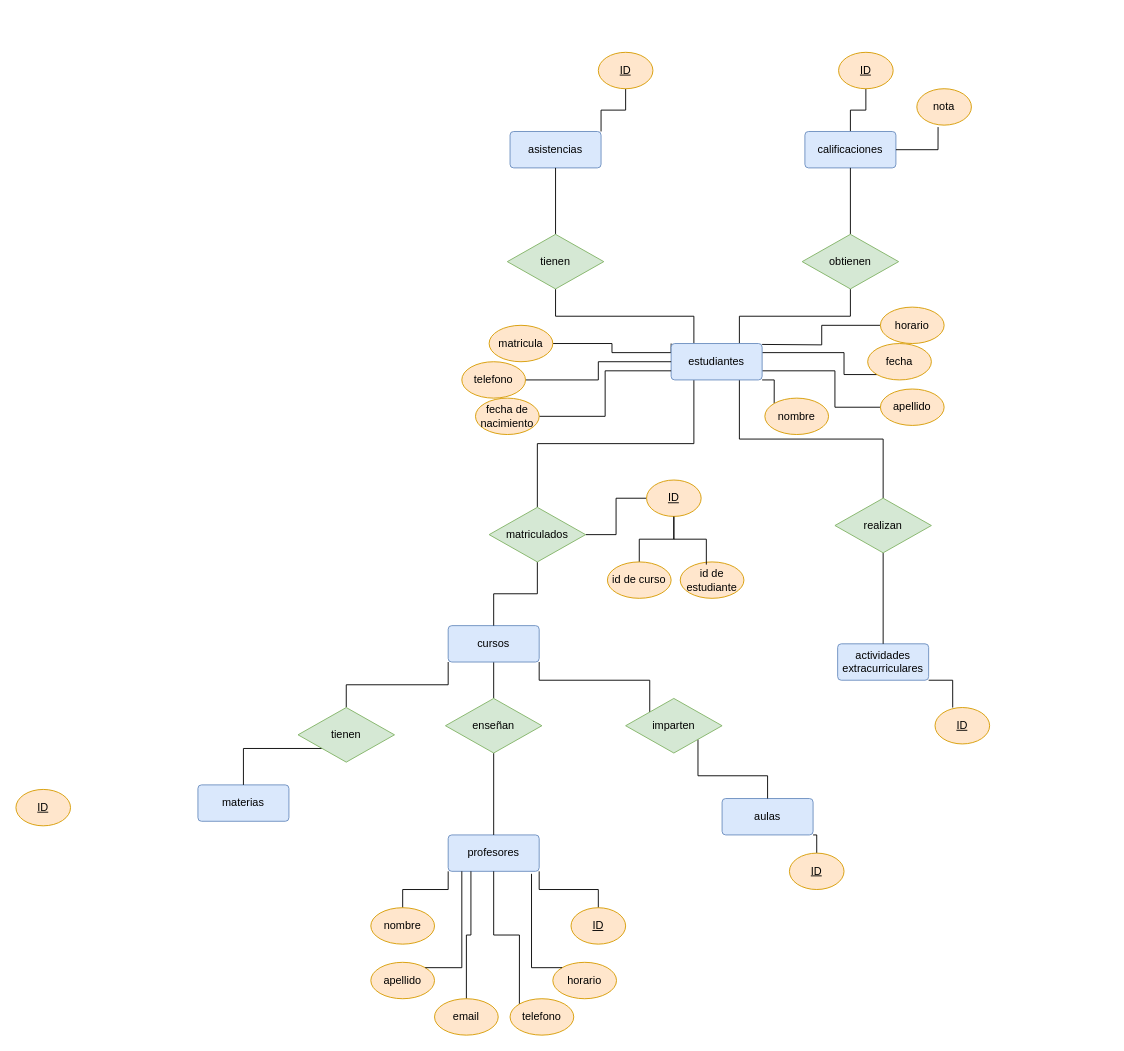
This is Unidad-1/Tareas./Diagrama sin título.drawio from mdiogc/base-datos, a draw.io file, before an edit. Source tidied: cells renumbered, new cells numbered last; positions are measured from the earlier drawing's top-left corner, leaving out a move shared by most shapes. Both pictures are drawn from the tidied source at 91%, with x=0, y=0 at pixel (15, 52).
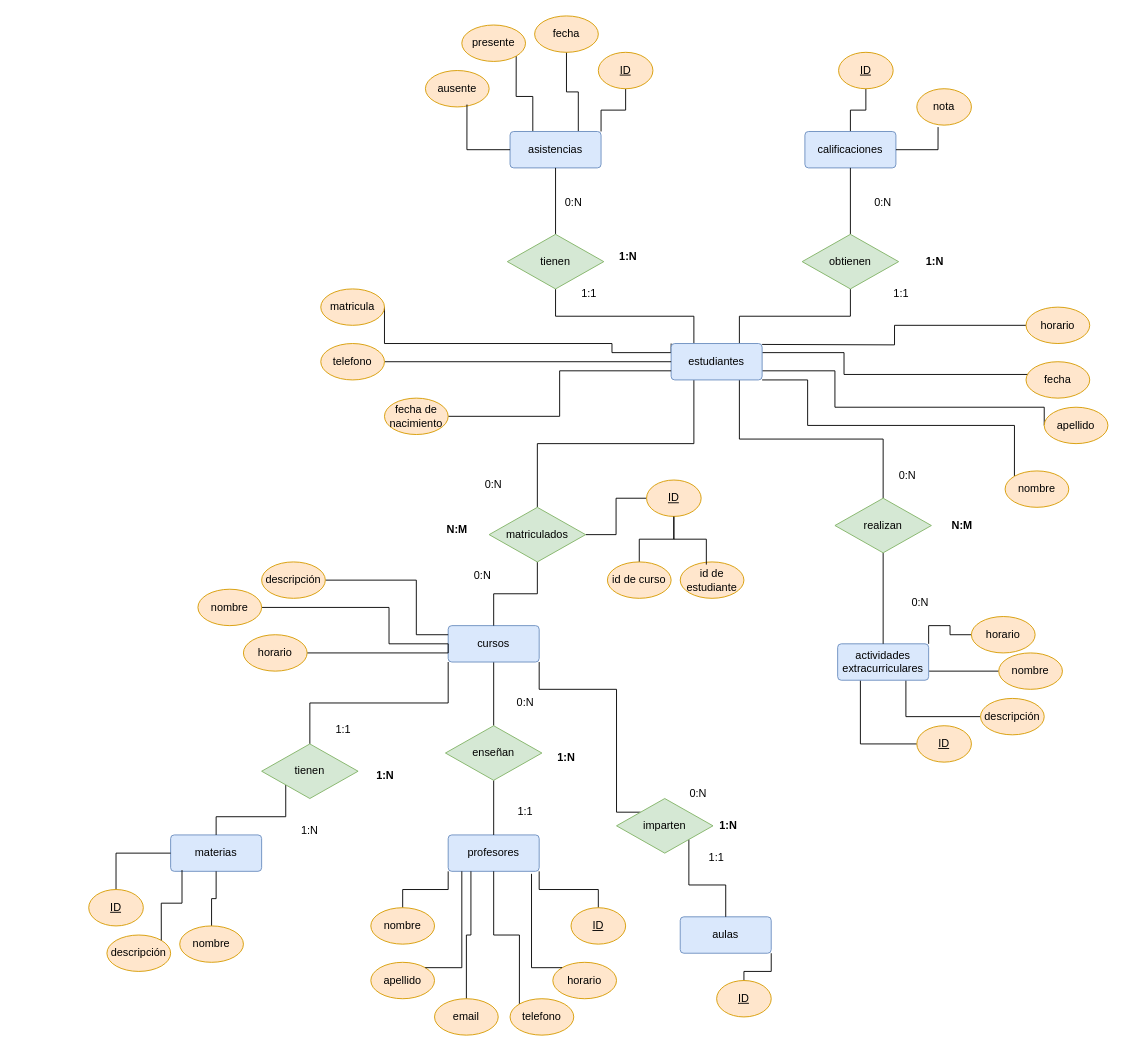
The same diagram, later.

The change refers to these unchanged cells:
```xml
<mxCell id="11" value="estudiantes" style="rounded=1;arcSize=10;whiteSpace=wrap;html=1;align=center;fillColor=#dae8fc;strokeColor=#6c8ebf;" parent="1" vertex="1">
  <mxGeometry x="720" y="320" width="100" height="40" as="geometry" />
</mxCell>
<mxCell id="15" value="cursos" style="rounded=1;arcSize=10;whiteSpace=wrap;html=1;align=center;fillColor=#dae8fc;strokeColor=#6c8ebf;" parent="1" vertex="1">
  <mxGeometry x="475" y="630" width="100" height="40" as="geometry" />
</mxCell>
<mxCell id="22" value="actividades extracurriculares" style="rounded=1;arcSize=10;whiteSpace=wrap;html=1;align=center;fillColor=#dae8fc;strokeColor=#6c8ebf;" parent="1" vertex="1">
  <mxGeometry x="903" y="650" width="100" height="40" as="geometry" />
</mxCell>
<mxCell id="24" value="asistencias" style="rounded=1;arcSize=10;whiteSpace=wrap;html=1;align=center;fillColor=#dae8fc;strokeColor=#6c8ebf;" parent="1" vertex="1">
  <mxGeometry x="543" y="87" width="100" height="40" as="geometry" />
</mxCell>
```

What changed in the source:
```diff
@@
     <mxCell id="10" style="edgeStyle=orthogonalEdgeStyle;rounded=0;jettySize=auto;html=1;exitX=1;exitY=1;exitDx=0;exitDy=0;entryX=0;entryY=0;entryDx=0;entryDy=0;endArrow=none;endFill=0;" parent="1" edge="1" source="11" target="55">
-      <mxGeometry relative="1" as="geometry" />
+      <mxGeometry relative="1" as="geometry">
+        <Array as="points">
+          <mxPoint x="870" y="360" />
+          <mxPoint x="870" y="410" />
+          <mxPoint x="1097" y="410" />
+        </Array>
+      </mxGeometry>
     </mxCell>
@@
     <mxCell id="12" style="edgeStyle=orthogonalEdgeStyle;rounded=0;jettySize=auto;html=1;exitX=1;exitY=1;exitDx=0;exitDy=0;entryX=0;entryY=0;entryDx=0;entryDy=0;endArrow=none;endFill=0;" parent="1" edge="1" source="15" target="37">
-      <mxGeometry relative="1" as="geometry" />
+      <mxGeometry relative="1" as="geometry">
+        <Array as="points">
+          <mxPoint x="575" y="700" />
+          <mxPoint x="660" y="700" />
+          <mxPoint x="660" y="835" />
+        </Array>
+      </mxGeometry>
     </mxCell>
@@
     <mxCell id="17" value="aulas" style="rounded=1;arcSize=10;whiteSpace=wrap;html=1;align=center;fillColor=#dae8fc;strokeColor=#6c8ebf;" parent="1" vertex="1">
-      <mxGeometry x="776" y="820" width="100" height="40" as="geometry" />
+      <mxGeometry x="730" y="950" width="100" height="40" as="geometry" />
     </mxCell>
@@
     <mxCell id="21" value="materias" style="rounded=1;arcSize=10;whiteSpace=wrap;html=1;align=center;fillColor=#dae8fc;strokeColor=#6c8ebf;" parent="1" vertex="1">
-      <mxGeometry x="200" y="805" width="100" height="40" as="geometry" />
+      <mxGeometry x="170" y="860" width="100" height="40" as="geometry" />
     </mxCell>
+    <mxCell id="53" style="edgeStyle=orthogonalEdgeStyle;rounded=0;jettySize=auto;html=1;exitX=0.25;exitY=1;exitDx=0;exitDy=0;entryX=0;entryY=0.5;entryDx=0;entryDy=0;endArrow=none;endFill=0;" parent="1" edge="1" source="22" target="49">
+      <mxGeometry relative="1" as="geometry" />
+    </mxCell>
+    <mxCell id="74" style="edgeStyle=orthogonalEdgeStyle;rounded=0;jettySize=auto;html=1;exitX=0.75;exitY=1;exitDx=0;exitDy=0;entryX=0;entryY=0.5;entryDx=0;entryDy=0;endArrow=none;endFill=0;" parent="1" edge="1" source="22" target="95">
+      <mxGeometry relative="1" as="geometry" />
+    </mxCell>
+    <mxCell id="75" style="edgeStyle=orthogonalEdgeStyle;rounded=0;jettySize=auto;html=1;exitX=1;exitY=0;exitDx=0;exitDy=0;entryX=0;entryY=0.5;entryDx=0;entryDy=0;endArrow=none;endFill=0;" parent="1" edge="1" source="22" target="96">
+      <mxGeometry relative="1" as="geometry" />
+    </mxCell>
+    <mxCell id="76" style="edgeStyle=orthogonalEdgeStyle;rounded=0;jettySize=auto;html=1;exitX=1;exitY=0.75;exitDx=0;exitDy=0;entryX=0;entryY=0.5;entryDx=0;entryDy=0;endArrow=none;endFill=0;" parent="1" edge="1" source="22" target="94">
+      <mxGeometry relative="1" as="geometry" />
+    </mxCell>
@@
+    <mxCell id="77" style="edgeStyle=orthogonalEdgeStyle;rounded=0;jettySize=auto;html=1;exitX=0.75;exitY=0;exitDx=0;exitDy=0;entryX=0.5;entryY=1;entryDx=0;entryDy=0;endArrow=none;endFill=0;" parent="1" edge="1" source="24" target="90">
+      <mxGeometry relative="1" as="geometry" />
+    </mxCell>
+    <mxCell id="78" style="edgeStyle=orthogonalEdgeStyle;rounded=0;jettySize=auto;html=1;exitX=0.25;exitY=0;exitDx=0;exitDy=0;entryX=1;entryY=1;entryDx=0;entryDy=0;endArrow=none;endFill=0;" parent="1" edge="1" source="24" target="91">
+      <mxGeometry relative="1" as="geometry" />
+    </mxCell>
@@
     <mxCell id="37" value="imparten" style="shape=rhombus;perimeter=rhombusPerimeter;whiteSpace=wrap;html=1;align=center;fillColor=#d5e8d4;strokeColor=#82b366;" parent="1" vertex="1">
-      <mxGeometry x="670" y="710" width="106" height="60" as="geometry" />
+      <mxGeometry x="660" y="820" width="106" height="60" as="geometry" />
     </mxCell>
@@
     <mxCell id="39" value="enseñan" style="shape=rhombus;perimeter=rhombusPerimeter;whiteSpace=wrap;html=1;align=center;fillColor=#d5e8d4;strokeColor=#82b366;" parent="1" vertex="1">
-      <mxGeometry x="472" y="710" width="106" height="60" as="geometry" />
+      <mxGeometry x="472" y="740" width="106" height="60" as="geometry" />
     </mxCell>
@@
     <mxCell id="41" value="tienen" style="shape=rhombus;perimeter=rhombusPerimeter;whiteSpace=wrap;html=1;align=center;fillColor=#d5e8d4;strokeColor=#82b366;" parent="1" vertex="1">
-      <mxGeometry x="310" y="720" width="106" height="60" as="geometry" />
+      <mxGeometry x="270" y="760" width="106" height="60" as="geometry" />
     </mxCell>
@@
     <mxCell id="47" value="&lt;u&gt;ID&lt;/u&gt;" style="ellipse;whiteSpace=wrap;html=1;align=center;fillColor=#ffe6cc;strokeColor=#d79b00;" parent="1" vertex="1">
-      <mxGeometry x="850" y="880" width="60" height="40" as="geometry" />
+      <mxGeometry x="770" y="1020" width="60" height="40" as="geometry" />
     </mxCell>
+    <mxCell id="79" style="edgeStyle=orthogonalEdgeStyle;rounded=0;jettySize=auto;html=1;exitX=0.5;exitY=0;exitDx=0;exitDy=0;entryX=0;entryY=0.5;entryDx=0;entryDy=0;endArrow=none;endFill=0;" parent="1" edge="1" source="48" target="21">
+      <mxGeometry relative="1" as="geometry" />
+    </mxCell>
     <mxCell id="48" value="&lt;u&gt;ID&lt;/u&gt;" style="ellipse;whiteSpace=wrap;html=1;align=center;fillColor=#ffe6cc;strokeColor=#d79b00;" parent="1" vertex="1">
-      <mxGeometry y="810" width="60" height="40" as="geometry" />
+      <mxGeometry x="80" y="920" width="60" height="40" as="geometry" />
     </mxCell>
     <mxCell id="49" value="&lt;u&gt;ID&lt;/u&gt;" style="ellipse;whiteSpace=wrap;html=1;align=center;fillColor=#ffe6cc;strokeColor=#d79b00;" parent="1" vertex="1">
-      <mxGeometry x="1010" y="720" width="60" height="40" as="geometry" />
+      <mxGeometry x="990" y="740" width="60" height="40" as="geometry" />
     </mxCell>
@@
-    <mxCell id="53" style="edgeStyle=orthogonalEdgeStyle;rounded=0;jettySize=auto;html=1;exitX=1;exitY=1;exitDx=0;exitDy=0;entryX=0.324;entryY=0.001;entryDx=0;entryDy=0;entryPerimeter=0;endArrow=none;endFill=0;" parent="1" edge="1" source="22" target="49">
-      <mxGeometry relative="1" as="geometry" />
-    </mxCell>
@@
     <mxCell id="55" value="nombre" style="ellipse;whiteSpace=wrap;html=1;align=center;fillColor=#ffe6cc;strokeColor=#d79b00;" parent="1" vertex="1">
-      <mxGeometry x="823" y="380" width="70" height="40" as="geometry" />
+      <mxGeometry x="1087" y="460" width="70" height="40" as="geometry" />
     </mxCell>
     <mxCell id="56" value="apellido" style="ellipse;whiteSpace=wrap;html=1;align=center;fillColor=#ffe6cc;strokeColor=#d79b00;" parent="1" vertex="1">
-      <mxGeometry x="950" y="370" width="70" height="40" as="geometry" />
+      <mxGeometry x="1130" y="390" width="70" height="40" as="geometry" />
     </mxCell>
@@
     <mxCell id="58" value="fecha de nacimiento" style="ellipse;whiteSpace=wrap;html=1;align=center;fillColor=#ffe6cc;strokeColor=#d79b00;" parent="1" vertex="1">
-      <mxGeometry x="505" y="380" width="70" height="40" as="geometry" />
+      <mxGeometry x="405" y="380" width="70" height="40" as="geometry" />
     </mxCell>
@@
     <mxCell id="60" value="telefono" style="ellipse;whiteSpace=wrap;html=1;align=center;fillColor=#ffe6cc;strokeColor=#d79b00;" parent="1" vertex="1">
-      <mxGeometry x="490" y="340" width="70" height="40" as="geometry" />
+      <mxGeometry x="335" y="320" width="70" height="40" as="geometry" />
     </mxCell>
     <mxCell id="61" value="horario" style="ellipse;whiteSpace=wrap;html=1;align=center;fillColor=#ffe6cc;strokeColor=#d79b00;" parent="1" vertex="1">
-      <mxGeometry x="950" y="280" width="70" height="40" as="geometry" />
+      <mxGeometry x="1110" y="280" width="70" height="40" as="geometry" />
     </mxCell>
     <mxCell id="62" value="matricula" style="ellipse;whiteSpace=wrap;html=1;align=center;fillColor=#ffe6cc;strokeColor=#d79b00;" parent="1" vertex="1">
-      <mxGeometry x="520" y="300" width="70" height="40" as="geometry" />
+      <mxGeometry x="335" y="260" width="70" height="40" as="geometry" />
     </mxCell>
     <mxCell id="63" value="fecha" style="ellipse;whiteSpace=wrap;html=1;align=center;fillColor=#ffe6cc;strokeColor=#d79b00;" parent="1" vertex="1">
-      <mxGeometry x="936" y="320" width="70" height="40" as="geometry" />
+      <mxGeometry x="1110" y="340" width="70" height="40" as="geometry" />
     </mxCell>
@@
+    <mxCell id="80" style="edgeStyle=orthogonalEdgeStyle;rounded=0;jettySize=auto;html=1;exitX=1;exitY=0.5;exitDx=0;exitDy=0;entryX=0;entryY=0.75;entryDx=0;entryDy=0;endArrow=none;endFill=0;" parent="1" edge="1" source="81" target="15">
+      <mxGeometry relative="1" as="geometry">
+        <Array as="points">
+          <mxPoint x="410" y="610" />
+          <mxPoint x="410" y="650" />
+          <mxPoint x="475" y="650" />
+        </Array>
+      </mxGeometry>
+    </mxCell>
+    <mxCell id="81" value="nombre" style="ellipse;whiteSpace=wrap;html=1;align=center;fillColor=#ffe6cc;strokeColor=#d79b00;" parent="1" vertex="1">
+      <mxGeometry x="200" y="590" width="70" height="40" as="geometry" />
+    </mxCell>
+    <mxCell id="82" style="edgeStyle=orthogonalEdgeStyle;rounded=0;jettySize=auto;html=1;exitX=1;exitY=0.5;exitDx=0;exitDy=0;entryX=0;entryY=0.75;entryDx=0;entryDy=0;endArrow=none;endFill=0;" parent="1" edge="1" source="83" target="15">
+      <mxGeometry relative="1" as="geometry" />
+    </mxCell>
+    <mxCell id="83" value="horario" style="ellipse;whiteSpace=wrap;html=1;align=center;fillColor=#ffe6cc;strokeColor=#d79b00;" parent="1" vertex="1">
+      <mxGeometry x="250" y="640" width="70" height="40" as="geometry" />
+    </mxCell>
+    <mxCell id="84" style="edgeStyle=orthogonalEdgeStyle;rounded=0;jettySize=auto;html=1;exitX=1;exitY=0.5;exitDx=0;exitDy=0;entryX=0;entryY=0.25;entryDx=0;entryDy=0;endArrow=none;endFill=0;" parent="1" edge="1" source="85" target="15">
+      <mxGeometry relative="1" as="geometry">
+        <Array as="points">
+          <mxPoint x="440" y="580" />
+          <mxPoint x="440" y="640" />
+        </Array>
+      </mxGeometry>
+    </mxCell>
+    <mxCell id="85" value="descripción" style="ellipse;whiteSpace=wrap;html=1;align=center;fillColor=#ffe6cc;strokeColor=#d79b00;" parent="1" vertex="1">
+      <mxGeometry x="270" y="560" width="70" height="40" as="geometry" />
+    </mxCell>
+    <mxCell id="86" value="descripción" style="ellipse;whiteSpace=wrap;html=1;align=center;fillColor=#ffe6cc;strokeColor=#d79b00;" parent="1" vertex="1">
+      <mxGeometry x="100" y="970" width="70" height="40" as="geometry" />
+    </mxCell>
+    <mxCell id="87" style="edgeStyle=orthogonalEdgeStyle;rounded=0;jettySize=auto;html=1;exitX=0.5;exitY=0;exitDx=0;exitDy=0;entryX=0.5;entryY=1;entryDx=0;entryDy=0;endArrow=none;endFill=0;" parent="1" edge="1" source="88" target="21">
+      <mxGeometry relative="1" as="geometry" />
+    </mxCell>
+    <mxCell id="88" value="nombre" style="ellipse;whiteSpace=wrap;html=1;align=center;fillColor=#ffe6cc;strokeColor=#d79b00;" parent="1" vertex="1">
+      <mxGeometry x="180" y="960" width="70" height="40" as="geometry" />
+    </mxCell>
+    <mxCell id="89" style="edgeStyle=orthogonalEdgeStyle;rounded=0;jettySize=auto;html=1;exitX=1;exitY=0;exitDx=0;exitDy=0;entryX=0.125;entryY=0.966;entryDx=0;entryDy=0;entryPerimeter=0;endArrow=none;endFill=0;" parent="1" edge="1" source="86" target="21">
+      <mxGeometry relative="1" as="geometry" />
+    </mxCell>
+    <mxCell id="90" value="fecha" style="ellipse;whiteSpace=wrap;html=1;align=center;fillColor=#ffe6cc;strokeColor=#d79b00;" parent="1" vertex="1">
+      <mxGeometry x="570" y="-40" width="70" height="40" as="geometry" />
+    </mxCell>
+    <mxCell id="91" value="presente" style="ellipse;whiteSpace=wrap;html=1;align=center;fillColor=#ffe6cc;strokeColor=#d79b00;" parent="1" vertex="1">
+      <mxGeometry x="490" y="-30" width="70" height="40" as="geometry" />
+    </mxCell>
+    <mxCell id="92" value="ausente" style="ellipse;whiteSpace=wrap;html=1;align=center;fillColor=#ffe6cc;strokeColor=#d79b00;" parent="1" vertex="1">
+      <mxGeometry x="450" y="20" width="70" height="40" as="geometry" />
+    </mxCell>
+    <mxCell id="93" style="edgeStyle=orthogonalEdgeStyle;rounded=0;jettySize=auto;html=1;exitX=0;exitY=0.5;exitDx=0;exitDy=0;entryX=0.652;entryY=0.935;entryDx=0;entryDy=0;entryPerimeter=0;endArrow=none;endFill=0;" parent="1" edge="1" source="24" target="92">
+      <mxGeometry relative="1" as="geometry" />
+    </mxCell>
+    <mxCell id="94" value="nombre" style="ellipse;whiteSpace=wrap;html=1;align=center;fillColor=#ffe6cc;strokeColor=#d79b00;" parent="1" vertex="1">
+      <mxGeometry x="1080" y="660" width="70" height="40" as="geometry" />
+    </mxCell>
+    <mxCell id="95" value="descripción" style="ellipse;whiteSpace=wrap;html=1;align=center;fillColor=#ffe6cc;strokeColor=#d79b00;" parent="1" vertex="1">
+      <mxGeometry x="1060" y="710" width="70" height="40" as="geometry" />
+    </mxCell>
+    <mxCell id="96" value="horario" style="ellipse;whiteSpace=wrap;html=1;align=center;fillColor=#ffe6cc;strokeColor=#d79b00;" parent="1" vertex="1">
+      <mxGeometry x="1050" y="620" width="70" height="40" as="geometry" />
+    </mxCell>
+    <mxCell id="97" value="0:N" style="text;html=1;strokeColor=none;fillColor=none;align=center;verticalAlign=middle;whiteSpace=wrap;rounded=0;" parent="1" vertex="1">
+      <mxGeometry x="483" y="560" width="60" height="30" as="geometry" />
+    </mxCell>
+    <mxCell id="98" value="0:N" style="text;html=1;strokeColor=none;fillColor=none;align=center;verticalAlign=middle;whiteSpace=wrap;rounded=0;" parent="1" vertex="1">
+      <mxGeometry x="495" y="460" width="60" height="30" as="geometry" />
+    </mxCell>
+    <mxCell id="99" value="&lt;b&gt;N:M&lt;/b&gt;" style="text;html=1;strokeColor=none;fillColor=none;align=center;verticalAlign=middle;whiteSpace=wrap;rounded=0;" parent="1" vertex="1">
+      <mxGeometry x="455" y="510" width="60" height="30" as="geometry" />
+    </mxCell>
+    <mxCell id="100" value="0:N" style="text;html=1;strokeColor=none;fillColor=none;align=center;verticalAlign=middle;whiteSpace=wrap;rounded=0;" parent="1" vertex="1">
+      <mxGeometry x="530" y="700" width="60" height="30" as="geometry" />
+    </mxCell>
+    <mxCell id="101" value="1:1" style="text;html=1;strokeColor=none;fillColor=none;align=center;verticalAlign=middle;whiteSpace=wrap;rounded=0;" parent="1" vertex="1">
+      <mxGeometry x="530" y="820" width="60" height="30" as="geometry" />
+    </mxCell>
+    <mxCell id="102" value="&lt;b&gt;1:N&lt;/b&gt;" style="text;html=1;strokeColor=none;fillColor=none;align=center;verticalAlign=middle;whiteSpace=wrap;rounded=0;" parent="1" vertex="1">
+      <mxGeometry x="575" y="760" width="60" height="30" as="geometry" />
+    </mxCell>
+    <mxCell id="103" value="1:N" style="text;html=1;strokeColor=none;fillColor=none;align=center;verticalAlign=middle;whiteSpace=wrap;rounded=0;" parent="1" vertex="1">
+      <mxGeometry x="293" y="840" width="60" height="30" as="geometry" />
+    </mxCell>
+    <mxCell id="104" value="1:1" style="text;html=1;strokeColor=none;fillColor=none;align=center;verticalAlign=middle;whiteSpace=wrap;rounded=0;" parent="1" vertex="1">
+      <mxGeometry x="330" y="730" width="60" height="30" as="geometry" />
+    </mxCell>
+    <mxCell id="105" value="&lt;b&gt;1:N&lt;/b&gt;" style="text;html=1;strokeColor=none;fillColor=none;align=center;verticalAlign=middle;whiteSpace=wrap;rounded=0;" parent="1" vertex="1">
+      <mxGeometry x="376" y="780" width="60" height="30" as="geometry" />
+    </mxCell>
+    <mxCell id="106" value="1:1" style="text;html=1;strokeColor=none;fillColor=none;align=center;verticalAlign=middle;whiteSpace=wrap;rounded=0;" parent="1" vertex="1">
+      <mxGeometry x="740" y="870" width="60" height="30" as="geometry" />
+    </mxCell>
+    <mxCell id="107" value="0:N" style="text;html=1;strokeColor=none;fillColor=none;align=center;verticalAlign=middle;whiteSpace=wrap;rounded=0;" parent="1" vertex="1">
+      <mxGeometry x="720" y="800" width="60" height="30" as="geometry" />
+    </mxCell>
+    <mxCell id="108" value="&lt;b&gt;1:N&lt;/b&gt;" style="text;html=1;strokeColor=none;fillColor=none;align=center;verticalAlign=middle;whiteSpace=wrap;rounded=0;" parent="1" vertex="1">
+      <mxGeometry x="753" y="835" width="60" height="30" as="geometry" />
+    </mxCell>
+    <mxCell id="109" value="0:N" style="text;html=1;strokeColor=none;fillColor=none;align=center;verticalAlign=middle;whiteSpace=wrap;rounded=0;" parent="1" vertex="1">
+      <mxGeometry x="923" y="150" width="60" height="30" as="geometry" />
+    </mxCell>
+    <mxCell id="110" value="1:1" style="text;html=1;strokeColor=none;fillColor=none;align=center;verticalAlign=middle;whiteSpace=wrap;rounded=0;" parent="1" vertex="1">
+      <mxGeometry x="943" y="250" width="60" height="30" as="geometry" />
+    </mxCell>
+    <mxCell id="111" value="&lt;b&gt;1:N&lt;/b&gt;" style="text;html=1;strokeColor=none;fillColor=none;align=center;verticalAlign=middle;whiteSpace=wrap;rounded=0;" parent="1" vertex="1">
+      <mxGeometry x="980" y="215" width="60" height="30" as="geometry" />
+    </mxCell>
+    <mxCell id="112" value="0:N" style="text;html=1;strokeColor=none;fillColor=none;align=center;verticalAlign=middle;whiteSpace=wrap;rounded=0;" parent="1" vertex="1">
+      <mxGeometry x="583" y="150" width="60" height="30" as="geometry" />
+    </mxCell>
+    <mxCell id="113" value="1:1" style="text;html=1;strokeColor=none;fillColor=none;align=center;verticalAlign=middle;whiteSpace=wrap;rounded=0;" parent="1" vertex="1">
+      <mxGeometry x="600" y="250" width="60" height="30" as="geometry" />
+    </mxCell>
+    <mxCell id="114" value="&lt;b&gt;1:N&lt;/b&gt;" style="text;html=1;strokeColor=none;fillColor=none;align=center;verticalAlign=middle;whiteSpace=wrap;rounded=0;" parent="1" vertex="1">
+      <mxGeometry x="643" y="210" width="60" height="30" as="geometry" />
+    </mxCell>
+    <mxCell id="115" value="0:N" style="text;html=1;strokeColor=none;fillColor=none;align=center;verticalAlign=middle;whiteSpace=wrap;rounded=0;" parent="1" vertex="1">
+      <mxGeometry x="964" y="590" width="60" height="30" as="geometry" />
+    </mxCell>
+    <mxCell id="116" value="0:N" style="text;html=1;strokeColor=none;fillColor=none;align=center;verticalAlign=middle;whiteSpace=wrap;rounded=0;" parent="1" vertex="1">
+      <mxGeometry x="950" y="450" width="60" height="30" as="geometry" />
+    </mxCell>
+    <mxCell id="117" value="&lt;b&gt;N:M&lt;/b&gt;" style="text;html=1;strokeColor=none;fillColor=none;align=center;verticalAlign=middle;whiteSpace=wrap;rounded=0;" parent="1" vertex="1">
+      <mxGeometry x="1010" y="505" width="60" height="30" as="geometry" />
+    </mxCell>
```
